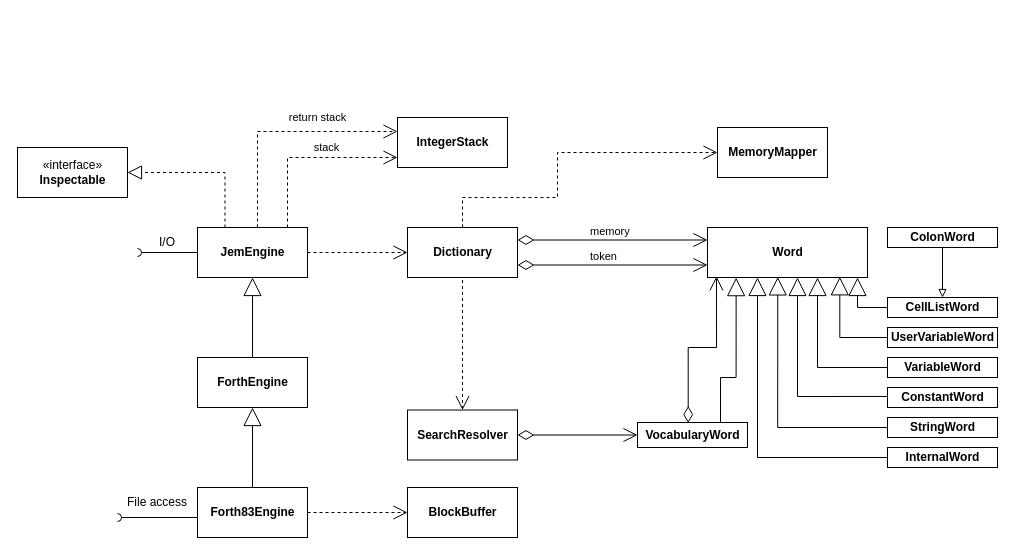
mletkin/jemForth keeps this draw.io diagram as src/doc/engineModel.drawio. Above is the earlier version. Source tidied: cells renumbered, new cells numbered last; positions are measured from the earlier drawing's top-left corner, leaving out a move shared by most shapes. Both pictures are drawn from the tidied source at 100%, with x=0, y=0 at pixel (17, 117).
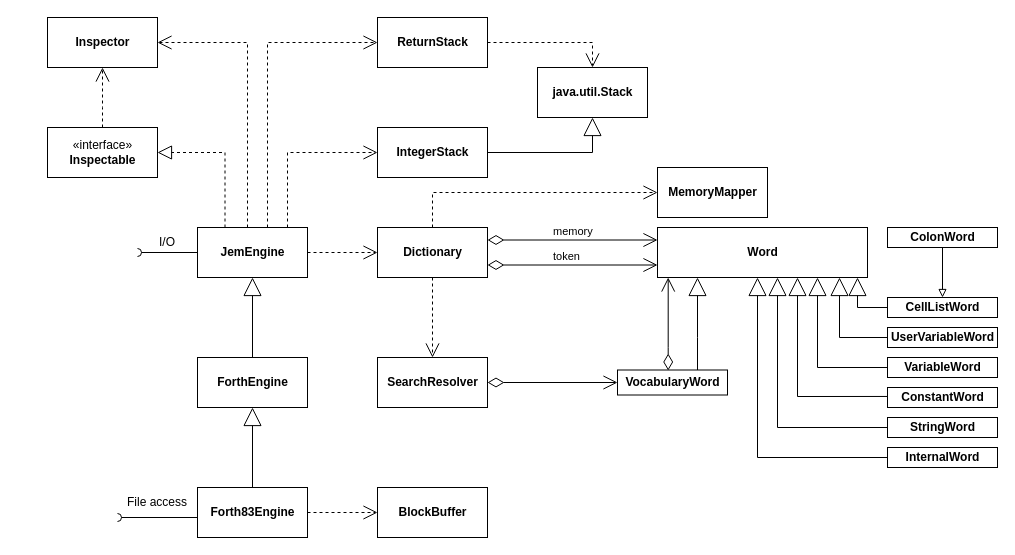
After the change.

Unchanged cells that the change refers to:
```xml
<mxCell id="3" value="&lt;b&gt;JemEngine&lt;/b&gt;" style="html=1;" parent="1" vertex="1">
  <mxGeometry x="180" y="110" width="110" height="50" as="geometry" />
</mxCell>
<mxCell id="4" value="&lt;div&gt;&lt;b&gt;ForthEngine&lt;/b&gt;&lt;/div&gt;" style="html=1;" parent="1" vertex="1">
  <mxGeometry x="180" y="240" width="110" height="50" as="geometry" />
</mxCell>
<mxCell id="24" value="&lt;b&gt;StringWord&lt;/b&gt;" style="html=1;" parent="1" vertex="1">
  <mxGeometry x="870" y="300" width="110" height="20" as="geometry" />
</mxCell>
<mxCell id="28" value="&lt;div&gt;&lt;b&gt;UserVariableWord&lt;/b&gt;&lt;/div&gt;" style="html=1;" parent="1" vertex="1">
  <mxGeometry x="870" y="210" width="110" height="20" as="geometry" />
</mxCell>
```

Diff of the diagram source:
```diff
@@
     <mxCell id="2" value="&lt;b&gt;Dictionary&lt;/b&gt;" style="html=1;" parent="1" vertex="1">
-      <mxGeometry x="390" y="110" width="110" height="50" as="geometry" />
+      <mxGeometry x="360" y="110" width="110" height="50" as="geometry" />
     </mxCell>
@@
-    <mxCell id="6" style="endArrow=block;endSize=16;endFill=0;html=1;rounded=0;exitX=0.5;exitY=0;exitDx=0;exitDy=0;entryX=0.5;entryY=1;entryDx=0;entryDy=0;" parent="1" edge="1" source="4" target="3">
+    <mxCell id="6" style="endArrow=block;endSize=16;endFill=0;html=1;rounded=0;exitX=0.5;exitY=0;exitDx=0;exitDy=0;entryX=0.5;entryY=1;entryDx=0;entryDy=0;edgeStyle=orthogonalEdgeStyle;" parent="1" edge="1" source="4" target="3">
       <mxGeometry relative="1" as="geometry" />
     </mxCell>
@@
     <mxCell id="8" value="&lt;b&gt;IntegerStack&lt;/b&gt;" style="html=1;" parent="1" vertex="1">
-      <mxGeometry x="380" width="110" height="50" as="geometry" />
+      <mxGeometry x="360" y="10" width="110" height="50" as="geometry" />
     </mxCell>
-    <mxCell id="9" value="stack" style="endArrow=open;endSize=12;dashed=1;html=1;rounded=0;edgeStyle=orthogonalEdgeStyle;" parent="1" edge="1" source="3" target="8">
+    <mxCell id="9" style="endArrow=open;endSize=12;dashed=1;html=1;rounded=0;edgeStyle=orthogonalEdgeStyle;entryX=0;entryY=0.5;entryDx=0;entryDy=0;" parent="1" edge="1" source="3" target="8">
       <mxGeometry x="0.21" y="10" relative="1" as="geometry">
         <Array as="points">
-          <mxPoint x="270" y="40" />
+          <mxPoint x="270" y="35" />
         </Array>
       </mxGeometry>
     </mxCell>
     <mxCell id="10" value="«interface»&lt;br&gt;&lt;b&gt;Inspectable&lt;/b&gt;" style="html=1;" parent="1" vertex="1">
-      <mxGeometry y="30" width="110" height="50" as="geometry" />
+      <mxGeometry x="30" y="10" width="110" height="50" as="geometry" />
     </mxCell>
     <mxCell id="11" style="endArrow=block;dashed=1;endFill=0;endSize=12;html=1;rounded=0;exitX=0.25;exitY=0;exitDx=0;exitDy=0;entryX=1;entryY=0.5;entryDx=0;entryDy=0;edgeStyle=orthogonalEdgeStyle;" parent="1" edge="1" source="3" target="10">
-      <mxGeometry relative="1" as="geometry" />
+      <mxGeometry relative="1" as="geometry">
+        <Array as="points">
+          <mxPoint x="208" y="35" />
+        </Array>
+      </mxGeometry>
     </mxCell>
@@
     <mxCell id="17" value="&lt;b&gt;SearchResolver&lt;/b&gt;" style="html=1;" parent="1" vertex="1">
-      <mxGeometry x="390" y="292.5" width="110" height="50" as="geometry" />
+      <mxGeometry x="360" y="240" width="110" height="50" as="geometry" />
     </mxCell>
-    <mxCell id="18" style="endArrow=open;endSize=12;dashed=1;html=1;rounded=0;edgeStyle=orthogonalEdgeStyle;exitX=0.25;exitY=1;exitDx=0;exitDy=0;" parent="1" edge="1" source="2" target="17">
-      <mxGeometry relative="1" as="geometry">
-        <Array as="points">
-          <mxPoint x="445" y="160" />
-        </Array>
-      </mxGeometry>
+    <mxCell id="18" style="endArrow=open;endSize=12;dashed=1;html=1;rounded=0;edgeStyle=orthogonalEdgeStyle;" parent="1" edge="1" source="2" target="17">
+      <mxGeometry relative="1" as="geometry" />
     </mxCell>
     <mxCell id="19" value="&lt;b&gt;MemoryMapper&lt;/b&gt;" style="html=1;" parent="1" vertex="1">
-      <mxGeometry x="700" y="10" width="110" height="50" as="geometry" />
+      <mxGeometry x="640" y="50" width="110" height="50" as="geometry" />
     </mxCell>
     <mxCell id="20" value="&lt;b&gt;Word&lt;/b&gt;" style="html=1;" parent="1" vertex="1">
-      <mxGeometry x="690" y="110" width="160" height="50" as="geometry" />
+      <mxGeometry x="640" y="110" width="210" height="50" as="geometry" />
     </mxCell>
-    <mxCell id="21" value="return stack" style="endArrow=open;endSize=12;dashed=1;html=1;rounded=0;edgeStyle=orthogonalEdgeStyle;" parent="1" edge="1" source="3" target="8">
+    <mxCell id="21" value="&lt;br&gt;" style="endArrow=open;endSize=12;dashed=1;html=1;rounded=0;edgeStyle=orthogonalEdgeStyle;" parent="1" edge="1" source="3" target="45">
       <mxGeometry x="0.32" y="14" relative="1" as="geometry">
         <Array as="points">
-          <mxPoint x="240" y="14" />
+          <mxPoint x="250" y="-75" />
         </Array>
       </mxGeometry>
     </mxCell>
@@
-    <mxCell id="32" style="endArrow=block;endSize=16;endFill=0;html=1;rounded=0;edgeStyle=orthogonalEdgeStyle;exitX=0;exitY=0.5;exitDx=0;exitDy=0;entryX=0.827;entryY=0.986;entryDx=0;entryDy=0;entryPerimeter=0;" parent="1" edge="1" source="28" target="20">
+    <mxCell id="32" style="endArrow=block;endSize=16;endFill=0;html=1;rounded=0;edgeStyle=orthogonalEdgeStyle;exitX=0;exitY=0.5;exitDx=0;exitDy=0;" parent="1" edge="1" source="28" target="20">
       <mxGeometry relative="1" as="geometry">
         <Array as="points">
           <mxPoint x="822" y="220" />
         </Array>
       </mxGeometry>
     </mxCell>
@@
-    <mxCell id="35" style="endArrow=block;endSize=16;endFill=0;html=1;rounded=0;edgeStyle=orthogonalEdgeStyle;exitX=0;exitY=0.5;exitDx=0;exitDy=0;entryX=0.439;entryY=0.988;entryDx=0;entryDy=0;entryPerimeter=0;" parent="1" edge="1" source="24" target="20">
+    <mxCell id="35" style="endArrow=block;endSize=16;endFill=0;html=1;rounded=0;edgeStyle=orthogonalEdgeStyle;exitX=0;exitY=0.5;exitDx=0;exitDy=0;" parent="1" edge="1" source="24" target="20">
       <mxGeometry relative="1" as="geometry">
         <Array as="points">
           <mxPoint x="760" y="310" />
         </Array>
       </mxGeometry>
     </mxCell>
-    <mxCell id="36" style="endArrow=block;endSize=16;endFill=0;html=1;rounded=0;edgeStyle=orthogonalEdgeStyle;entryX=0.179;entryY=1.003;entryDx=0;entryDy=0;entryPerimeter=0;" parent="1" edge="1" source="38" target="20">
+    <mxCell id="36" style="endArrow=block;endSize=16;endFill=0;html=1;rounded=0;edgeStyle=orthogonalEdgeStyle;" parent="1" edge="1" source="38" target="20">
       <mxGeometry relative="1" as="geometry">
         <Array as="points">
-          <mxPoint x="703" y="260" />
-          <mxPoint x="719" y="260" />
+          <mxPoint x="680" y="220" />
+          <mxPoint x="680" y="220" />
         </Array>
       </mxGeometry>
     </mxCell>
@@
     <mxCell id="38" value="&lt;b&gt;VocabularyWord&lt;/b&gt;" style="html=1;" parent="1" vertex="1">
-      <mxGeometry x="620" y="305" width="110" height="25" as="geometry" />
+      <mxGeometry x="600" y="252.5" width="110" height="25" as="geometry" />
     </mxCell>
@@
     <mxCell id="40" style="endArrow=open;endSize=12;dashed=1;html=1;rounded=0;edgeStyle=orthogonalEdgeStyle;exitX=0.5;exitY=0;exitDx=0;exitDy=0;entryX=0;entryY=0.5;entryDx=0;entryDy=0;" parent="1" edge="1" source="2" target="19">
       <mxGeometry relative="1" as="geometry">
         <Array as="points">
-          <mxPoint x="445" y="80" />
-          <mxPoint x="540" y="80" />
-          <mxPoint x="540" y="35" />
+          <mxPoint x="415" y="75" />
         </Array>
       </mxGeometry>
     </mxCell>
-    <mxCell id="41" style="endArrow=open;html=1;endSize=12;startArrow=diamondThin;startSize=14;startFill=0;edgeStyle=orthogonalEdgeStyle;align=left;verticalAlign=bottom;rounded=0;exitX=0.461;exitY=0.019;exitDx=0;exitDy=0;exitPerimeter=0;entryX=0.056;entryY=0.976;entryDx=0;entryDy=0;entryPerimeter=0;" parent="1" edge="1" source="38" target="20">
+    <mxCell id="41" style="endArrow=open;html=1;endSize=12;startArrow=diamondThin;startSize=14;startFill=0;edgeStyle=orthogonalEdgeStyle;align=left;verticalAlign=bottom;rounded=0;exitX=0.461;exitY=0.019;exitDx=0;exitDy=0;exitPerimeter=0;" parent="1" edge="1" source="38" target="20">
       <mxGeometry x="-0.25" relative="1" as="geometry">
         <Array as="points">
-          <mxPoint x="671" y="230" />
-          <mxPoint x="699" y="230" />
+          <mxPoint x="651" y="230" />
+          <mxPoint x="651" y="230" />
         </Array>
       </mxGeometry>
     </mxCell>
@@
     <mxCell id="43" value="&lt;div&gt;&lt;b&gt;BlockBuffer&lt;/b&gt;&lt;/div&gt;" style="html=1;" parent="1" vertex="1">
-      <mxGeometry x="390" y="370" width="110" height="50" as="geometry" />
+      <mxGeometry x="360" y="370" width="110" height="50" as="geometry" />
     </mxCell>
@@
+    <mxCell id="45" value="&lt;b&gt;ReturnStack&lt;/b&gt;" style="html=1;" parent="1" vertex="1">
+      <mxGeometry x="360" y="-100" width="110" height="50" as="geometry" />
+    </mxCell>
+    <mxCell id="46" value="&lt;b&gt;java.util.Stack&lt;/b&gt;" style="html=1;" parent="1" vertex="1">
+      <mxGeometry x="520" y="-50" width="110" height="50" as="geometry" />
+    </mxCell>
+    <mxCell id="47" value="&lt;br&gt;" style="endArrow=open;endSize=12;dashed=1;html=1;rounded=0;edgeStyle=orthogonalEdgeStyle;exitX=1;exitY=0.5;exitDx=0;exitDy=0;entryX=0.5;entryY=0;entryDx=0;entryDy=0;" parent="1" edge="1" source="45" target="46">
+      <mxGeometry x="0.32" y="14" relative="1" as="geometry">
+        <Array as="points">
+          <mxPoint x="575" y="-75" />
+        </Array>
+      </mxGeometry>
+    </mxCell>
+    <mxCell id="48" style="endArrow=block;endSize=16;endFill=0;html=1;rounded=0;exitX=1;exitY=0.5;exitDx=0;exitDy=0;entryX=0.5;entryY=1;entryDx=0;entryDy=0;edgeStyle=orthogonalEdgeStyle;" parent="1" edge="1" source="8" target="46">
+      <mxGeometry relative="1" as="geometry" />
+    </mxCell>
+    <mxCell id="49" value="&lt;b&gt;Inspector&lt;/b&gt;" style="html=1;" parent="1" vertex="1">
+      <mxGeometry x="30" y="-100" width="110" height="50" as="geometry" />
+    </mxCell>
+    <mxCell id="50" value="&lt;br&gt;" style="endArrow=open;endSize=12;dashed=1;html=1;rounded=0;edgeStyle=orthogonalEdgeStyle;entryX=1;entryY=0.5;entryDx=0;entryDy=0;" parent="1" edge="1" source="3" target="49">
+      <mxGeometry x="0.32" y="14" relative="1" as="geometry">
+        <Array as="points">
+          <mxPoint x="230" y="-75" />
+        </Array>
+      </mxGeometry>
+    </mxCell>
+    <mxCell id="51" value="&lt;br&gt;" style="endArrow=open;endSize=12;dashed=1;html=1;rounded=0;edgeStyle=orthogonalEdgeStyle;entryX=0.5;entryY=1;entryDx=0;entryDy=0;" parent="1" edge="1" source="10" target="49">
+      <mxGeometry x="0.32" y="14" relative="1" as="geometry">
+        <Array as="points">
+          <mxPoint x="85" y="-10" />
+          <mxPoint x="85" y="-10" />
+        </Array>
+      </mxGeometry>
+    </mxCell>
```
